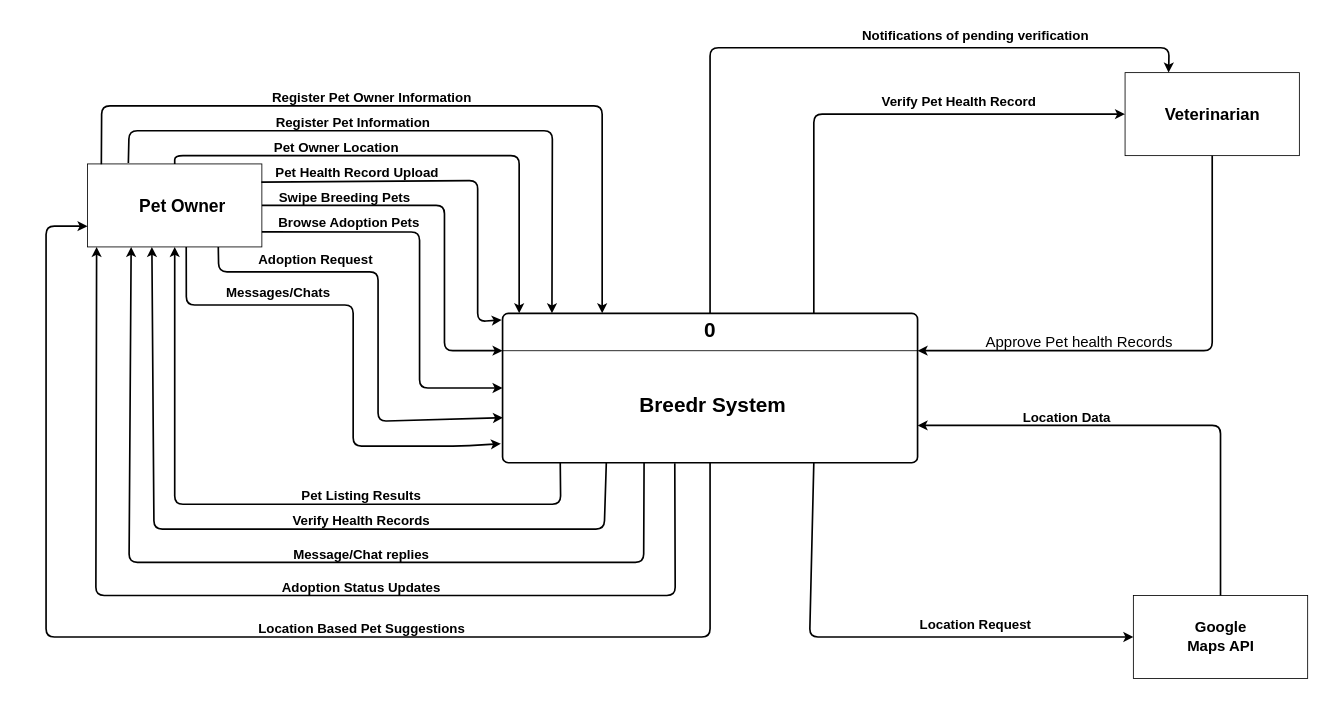
Earlier version of the draw.io diagram DFD_URBINA_level0.drawio (Chels013/Breedr-Diagrams). Source tidied: cells renumbered, new cells numbered last; positions are measured from the earlier drawing's top-left corner, leaving out a move shared by most shapes. Both pictures are drawn from the tidied source at 83%, with x=0, y=0 at pixel (46, 14).
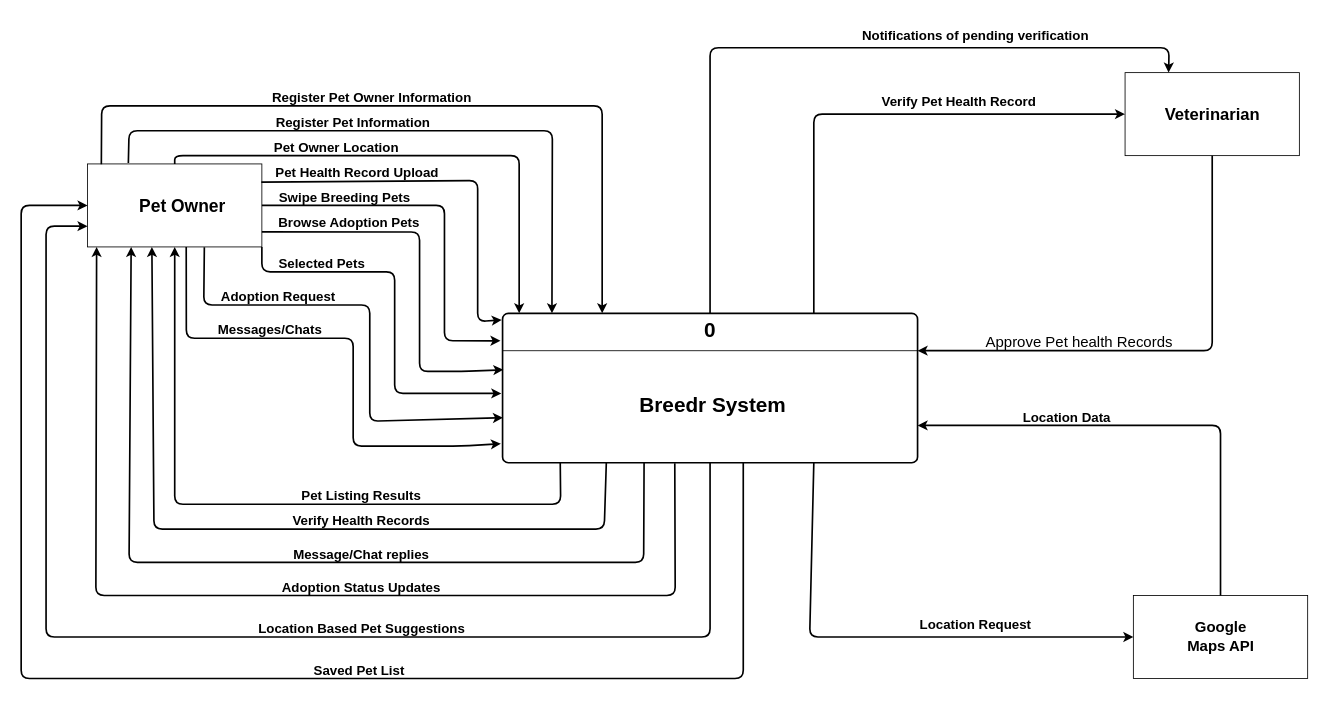
Above is the later version.

The change refers to these unchanged cells:
```xml
<mxCell id="3" style="rounded=1;whiteSpace=wrap;html=1;absoluteArcSize=1;arcSize=14;strokeWidth=2;fontStyle=1;fontSize=18;" parent="2" vertex="1">
  <mxGeometry width="500" height="180" as="geometry" />
</mxCell>
<mxCell id="9" style="html=1;dashed=0;whiteSpace=wrap;fontStyle=1;fontSize=18;" parent="8" vertex="1">
  <mxGeometry width="210" height="100" as="geometry" />
</mxCell>
```

Change to the diagram source:
```diff
@@
-    <mxCell id="25" style="edgeStyle=none;html=1;entryX=0;entryY=0.25;entryDx=0;entryDy=0;strokeWidth=2;exitX=1;exitY=0.5;exitDx=0;exitDy=0;" parent="1" edge="1" source="9" target="3">
+    <mxCell id="25" style="edgeStyle=none;html=1;entryX=-0.005;entryY=0.184;entryDx=0;entryDy=0;strokeWidth=2;exitX=1;exitY=0.5;exitDx=0;exitDy=0;entryPerimeter=0;" parent="1" edge="1" source="9" target="3">
       <mxGeometry relative="1" as="geometry">
         <Array as="points">
           <mxPoint x="480" y="230" />
-          <mxPoint x="480" y="405" />
+          <mxPoint x="480" y="393" />
         </Array>
       </mxGeometry>
     </mxCell>
@@
-    <mxCell id="27" style="edgeStyle=none;html=1;exitX=1;exitY=0.818;exitDx=0;exitDy=0;entryX=0;entryY=0.5;entryDx=0;entryDy=0;strokeWidth=2;exitPerimeter=0;" parent="1" edge="1" source="9" target="3">
+    <mxCell id="27" style="edgeStyle=none;html=1;exitX=1;exitY=0.818;exitDx=0;exitDy=0;entryX=0.002;entryY=0.378;entryDx=0;entryDy=0;strokeWidth=2;exitPerimeter=0;entryPerimeter=0;" parent="1" edge="1" source="9" target="3">
       <mxGeometry relative="1" as="geometry">
         <Array as="points">
           <mxPoint x="450" y="262" />
-          <mxPoint x="450" y="450" />
+          <mxPoint x="450" y="430" />
+          <mxPoint x="500" y="430" />
         </Array>
       </mxGeometry>
     </mxCell>
-    <mxCell id="28" style="edgeStyle=none;html=1;entryX=0.001;entryY=0.699;entryDx=0;entryDy=0;strokeWidth=2;exitX=0.75;exitY=1;exitDx=0;exitDy=0;entryPerimeter=0;" parent="1" edge="1" source="9" target="3">
+    <mxCell id="28" style="edgeStyle=none;html=1;entryX=0.001;entryY=0.699;entryDx=0;entryDy=0;strokeWidth=2;exitX=0.67;exitY=1.003;exitDx=0;exitDy=0;entryPerimeter=0;exitPerimeter=0;" parent="1" edge="1" source="9" target="3">
       <mxGeometry relative="1" as="geometry">
         <Array as="points">
-          <mxPoint x="208" y="310" />
-          <mxPoint x="400" y="310" />
-          <mxPoint x="400" y="490" />
+          <mxPoint x="190" y="350" />
+          <mxPoint x="290" y="350" />
+          <mxPoint x="390" y="350" />
+          <mxPoint x="390" y="490" />
         </Array>
       </mxGeometry>
     </mxCell>
@@
     <mxCell id="30" value="&lt;span style=&quot;color: rgb(0, 0, 0); background-color: transparent; font-variant-numeric: normal; font-variant-east-asian: normal; font-variant-alternates: normal; font-variant-position: normal; font-variant-emoji: normal; vertical-align: baseline; white-space-collapse: preserve;&quot;&gt;&lt;font style=&quot;font-size: 16px;&quot; face=&quot;Helvetica&quot;&gt;&lt;b&gt;Adoption Request&lt;/b&gt;&lt;/font&gt;&lt;/span&gt;" style="text;html=1;align=center;verticalAlign=middle;whiteSpace=wrap;rounded=0;fontStyle=0;fontSize=18;" parent="1" vertex="1">
-      <mxGeometry x="225" y="270" width="200" height="50" as="geometry" />
+      <mxGeometry x="180" y="330" width="200" height="20" as="geometry" />
     </mxCell>
     <mxCell id="31" style="edgeStyle=none;html=1;strokeWidth=2;entryX=-0.004;entryY=0.873;entryDx=0;entryDy=0;entryPerimeter=0;exitX=0.566;exitY=1.001;exitDx=0;exitDy=0;exitPerimeter=0;" parent="1" edge="1" source="9" target="3">
       <mxGeometry relative="1" as="geometry">
         <Array as="points">
-          <mxPoint x="169" y="350" />
-          <mxPoint x="370" y="350" />
+          <mxPoint x="169" y="390" />
+          <mxPoint x="260" y="390" />
+          <mxPoint x="370" y="390" />
           <mxPoint x="370" y="520" />
           <mxPoint x="500" y="520" />
         </Array>
       </mxGeometry>
     </mxCell>
     <mxCell id="32" value="&lt;span style=&quot;color: rgb(0, 0, 0); background-color: transparent; font-variant-numeric: normal; font-variant-east-asian: normal; font-variant-alternates: normal; font-variant-position: normal; font-variant-emoji: normal; vertical-align: baseline; white-space-collapse: preserve;&quot;&gt;&lt;font style=&quot;font-size: 16px;&quot; face=&quot;Helvetica&quot;&gt;&lt;b&gt;Messages/Chats&lt;/b&gt;&lt;/font&gt;&lt;/span&gt;" style="text;html=1;align=center;verticalAlign=middle;whiteSpace=wrap;rounded=0;fontStyle=0;fontSize=18;" parent="1" vertex="1">
-      <mxGeometry x="180" y="310" width="200" height="50" as="geometry" />
+      <mxGeometry x="170" y="370" width="200" height="20" as="geometry" />
     </mxCell>
@@
+    <mxCell id="53" style="edgeStyle=orthogonalEdgeStyle;html=1;entryX=-0.003;entryY=0.536;entryDx=0;entryDy=0;exitX=1;exitY=1;exitDx=0;exitDy=0;entryPerimeter=0;strokeWidth=2;" parent="1" edge="1" source="9" target="3">
+      <mxGeometry relative="1" as="geometry">
+        <Array as="points">
+          <mxPoint x="260" y="310" />
+          <mxPoint x="420" y="310" />
+          <mxPoint x="420" y="457" />
+        </Array>
+      </mxGeometry>
+    </mxCell>
+    <mxCell id="54" value="&lt;span style=&quot;font-size: 16px; white-space-collapse: preserve;&quot;&gt;&lt;b&gt;Selected Pets&lt;/b&gt;&lt;/span&gt;" style="text;html=1;align=center;verticalAlign=middle;whiteSpace=wrap;rounded=0;fontStyle=0;fontSize=18;" parent="1" vertex="1">
+      <mxGeometry x="225" y="280" width="215" height="40" as="geometry" />
+    </mxCell>
+    <mxCell id="55" style="edgeStyle=orthogonalEdgeStyle;html=1;entryX=0;entryY=0.5;entryDx=0;entryDy=0;strokeWidth=2;" parent="1" edge="1" source="3" target="9">
+      <mxGeometry relative="1" as="geometry">
+        <Array as="points">
+          <mxPoint x="840" y="800" />
+          <mxPoint x="-30" y="800" />
+          <mxPoint x="-30" y="230" />
+        </Array>
+      </mxGeometry>
+    </mxCell>
+    <mxCell id="56" value="&lt;span style=&quot;color: rgb(0, 0, 0); background-color: transparent; font-variant-numeric: normal; font-variant-east-asian: normal; font-variant-alternates: normal; font-variant-position: normal; font-variant-emoji: normal; vertical-align: baseline; white-space-collapse: preserve;&quot;&gt;&lt;font style=&quot;font-size: 16px;&quot; face=&quot;Helvetica&quot;&gt;&lt;b&gt;Saved Pet List&lt;/b&gt;&lt;/font&gt;&lt;/span&gt;" style="text;html=1;align=center;verticalAlign=middle;whiteSpace=wrap;rounded=0;fontStyle=0;fontSize=18;" parent="1" vertex="1">
+      <mxGeometry x="240" y="770" width="275" height="40" as="geometry" />
+    </mxCell>
```
